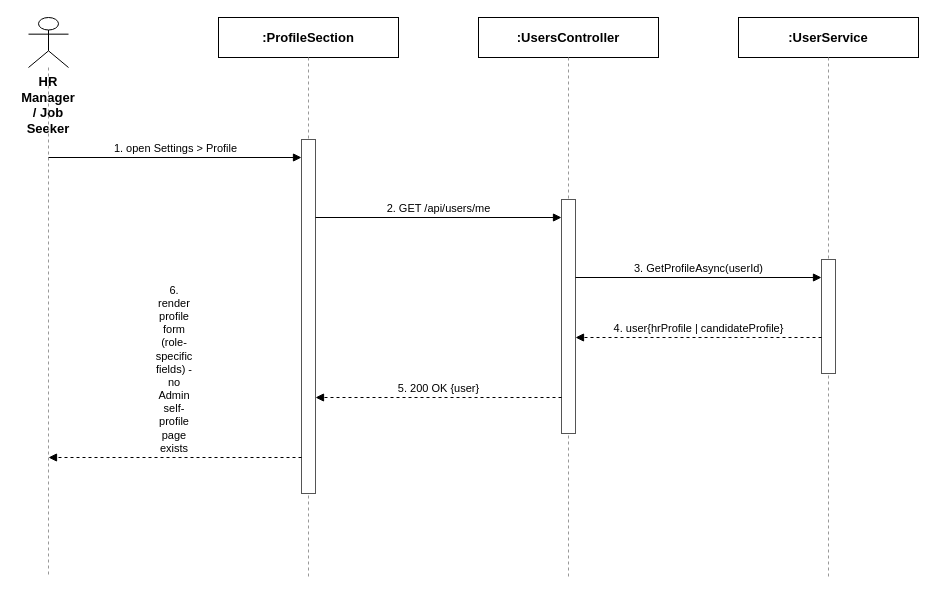
tulklk/AI_Interview_Question_Generation_RAG_LLM_FE keeps this draw.io diagram as docs/qa/Hien_SequenceDiagram/3.2.1_View_Profile.drawio. Above is the earlier version. Source tidied: cells renumbered, new cells numbered last; positions are measured from the earlier drawing's top-left corner, leaving out a move shared by most shapes. Both pictures are drawn from the tidied source at 100%, with x=0, y=0 at pixel (28, 17).
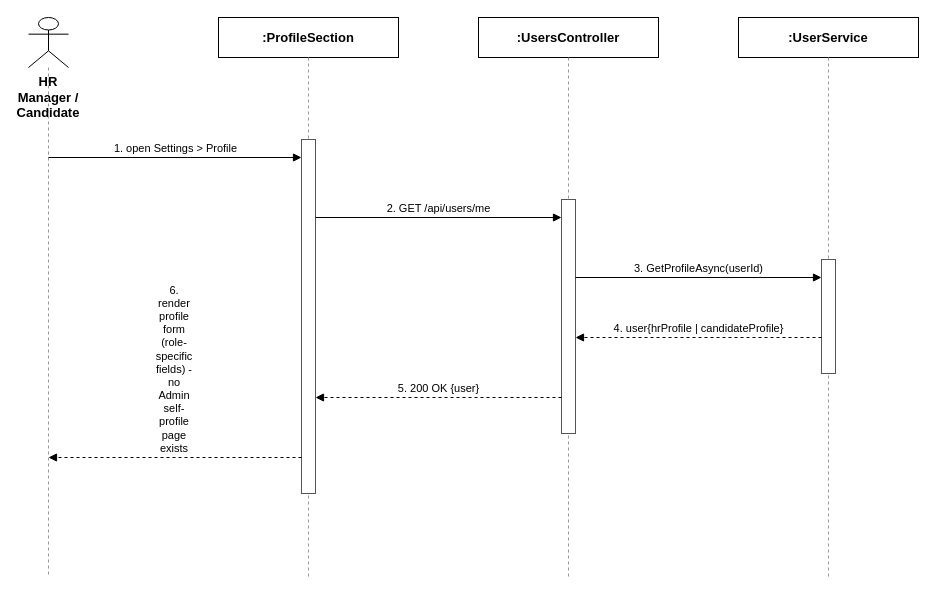
The same diagram, later.

The edit, as a diff of the source:
```diff
@@
-    <mxCell id="2" value="HR Manager / Job Seeker" style="shape=umlActor;whiteSpace=wrap;html=1;verticalLabelPosition=bottom;verticalAlign=top;fillColor=#ffffff;strokeColor=#000000;fontStyle=1;fontSize=13;" parent="1" vertex="1">
+    <mxCell id="2" value="HR Manager / Candidate" style="shape=umlActor;whiteSpace=wrap;html=1;verticalLabelPosition=bottom;verticalAlign=top;fillColor=#ffffff;strokeColor=#000000;fontStyle=1;fontSize=13;" parent="1" vertex="1">
       <mxGeometry width="40" height="50" as="geometry" />
     </mxCell>
```
